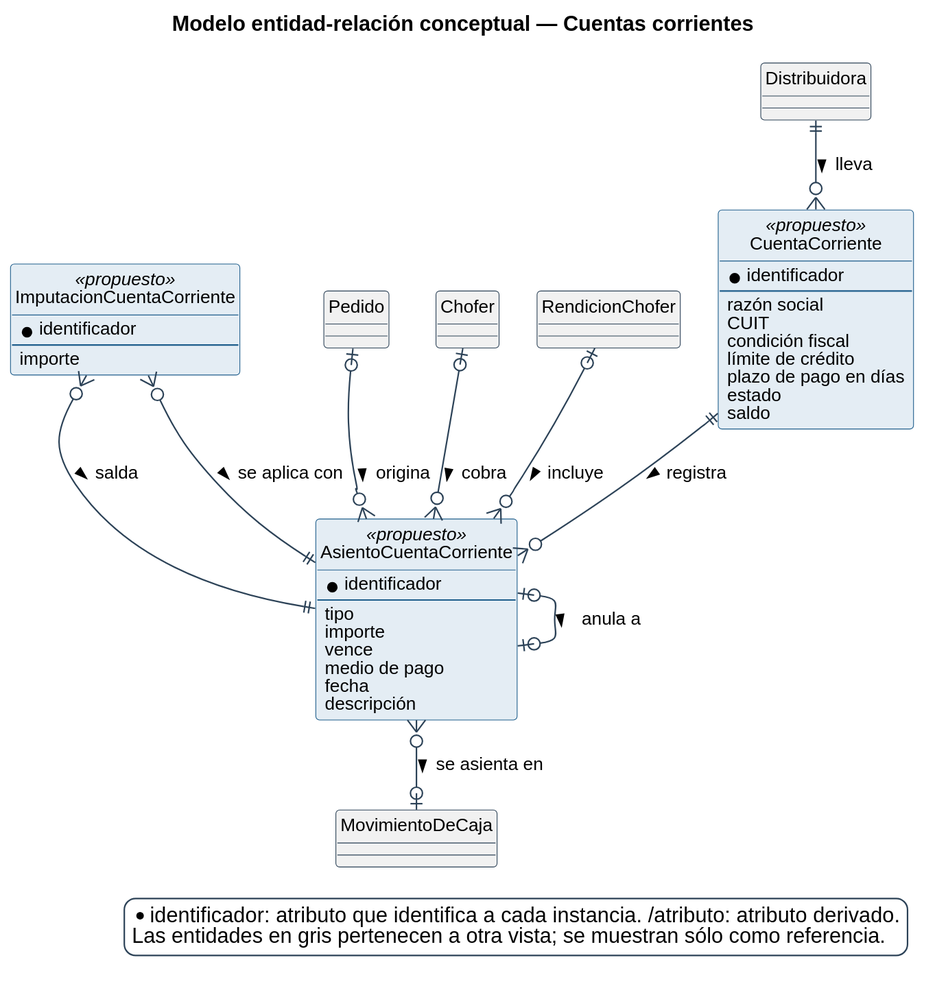
Earlier version of the PlantUML export diagramas/base-de-datos/conceptual/SPLG-der-14-cuentas-corrientes.svg (Nahuelito-Dev/splg-docs). Source of this version:
```plantuml
@startuml
title Modelo entidad-relación conceptual — Cuentas corrientes
skinparam backgroundColor #FFFFFF
skinparam shadowing false
skinparam defaultFontName Helvetica
skinparam defaultFontSize 12
skinparam dpi 150
skinparam class {
  BorderColor #2C4257
  BackgroundColor #FFFFFF
  ArrowColor #2C4257
  FontSize 12
}
skinparam entity<<ajena>> {
  BackgroundColor #F1F1F1
  BorderColor #8A97A3
  FontColor #55616C
}
skinparam class<<propuesto>> {
  BorderColor #1F5E8C
  BackgroundColor #E4EDF4
}
skinparam entity<<propuesto>> {
  BorderColor #1F5E8C
  BackgroundColor #E4EDF4
}
skinparam legendBackgroundColor #FFFFFF
skinparam legendBorderColor #2C4257

hide circle

skinparam nodesep 25
skinparam ranksep 45

entity CuentaCorriente <<propuesto>> #E4EDF4;line:1F5E8C {
  * identificador
  --
  {field} razón social
  {field} CUIT
  {field} condición fiscal
  {field} límite de crédito
  {field} plazo de pago en días
  {field} estado
  {field} saldo
}
entity AsientoCuentaCorriente <<propuesto>> #E4EDF4;line:1F5E8C {
  * identificador
  --
  {field} tipo
  {field} importe
  {field} vence
  {field} medio de pago
  {field} fecha
  {field} descripción
}
entity ImputacionCuentaCorriente <<propuesto>> #E4EDF4;line:1F5E8C {
  * identificador
  --
  {field} importe
}
entity Distribuidora #F1F1F1 {
}
entity Pedido #F1F1F1 {
}
entity MovimientoDeCaja #F1F1F1 {
}
entity Chofer #F1F1F1 {
}
entity RendicionChofer #F1F1F1 {
}

Distribuidora ||--o{ CuentaCorriente : lleva >
CuentaCorriente ||--o{ AsientoCuentaCorriente : registra >
Pedido |o--o{ AsientoCuentaCorriente : origina >
AsientoCuentaCorriente }o--o| MovimientoDeCaja : se asienta en >
Chofer |o--o{ AsientoCuentaCorriente : cobra >
RendicionChofer |o--o{ AsientoCuentaCorriente : incluye >
AsientoCuentaCorriente |o--o| AsientoCuentaCorriente : anula a >
ImputacionCuentaCorriente }o--|| AsientoCuentaCorriente : salda >
ImputacionCuentaCorriente }o--|| AsientoCuentaCorriente : se aplica con >

legend bottom right
  * identificador: atributo que identifica a cada instancia.  /atributo: atributo derivado.
  Las entidades en gris pertenecen a otra vista; se muestran sólo como referencia.
endlegend
@enduml
```
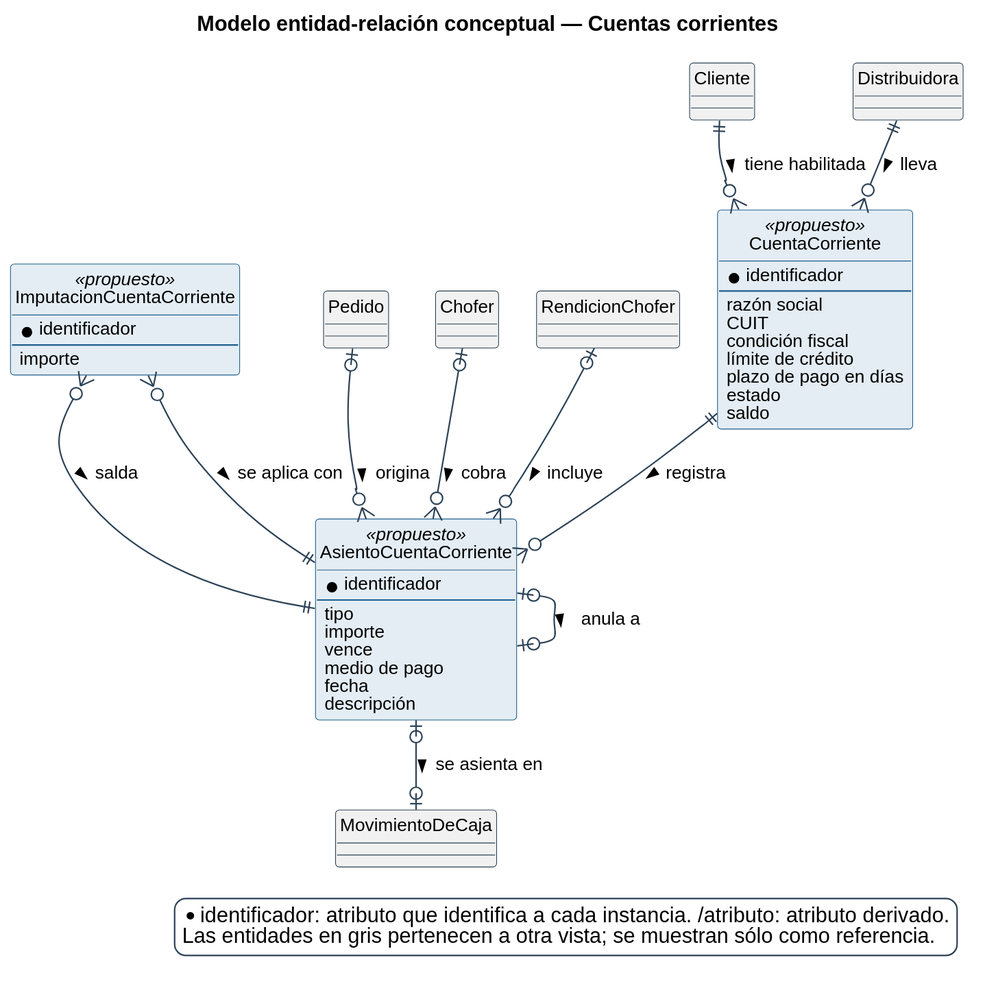
The same file after the commit.

The edit, as a diff of the source:
```diff
@@ -58,6 +58,8 @@
   --
   {field} importe
 }
+entity Cliente #F1F1F1 {
+}
 entity Distribuidora #F1F1F1 {
 }
 entity Pedido #F1F1F1 {
@@ -70,9 +72,10 @@
 }
 
 Distribuidora ||--o{ CuentaCorriente : lleva >
+Cliente ||--o{ CuentaCorriente : tiene habilitada >
 CuentaCorriente ||--o{ AsientoCuentaCorriente : registra >
 Pedido |o--o{ AsientoCuentaCorriente : origina >
-AsientoCuentaCorriente }o--o| MovimientoDeCaja : se asienta en >
+AsientoCuentaCorriente |o--o| MovimientoDeCaja : se asienta en >
 Chofer |o--o{ AsientoCuentaCorriente : cobra >
 RendicionChofer |o--o{ AsientoCuentaCorriente : incluye >
 AsientoCuentaCorriente |o--o| AsientoCuentaCorriente : anula a >
```
